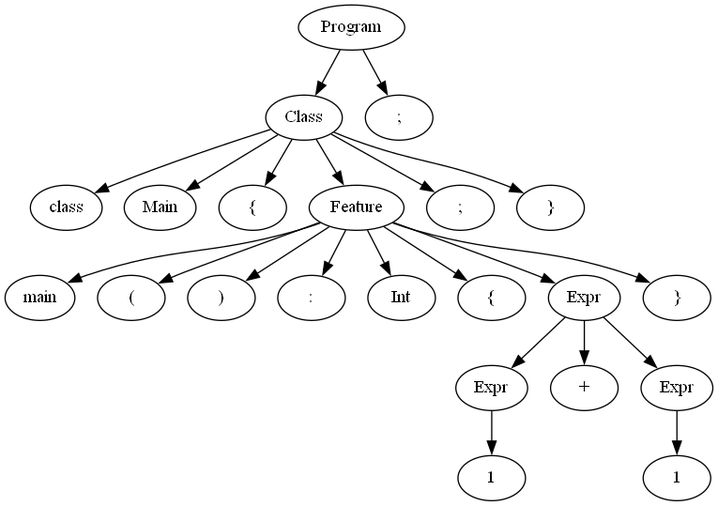
This is output.gv.png from Manuel-Archila/Proyecto0_CC, a Graphviz export, as it was before one commit. Its source is kept beside it as output.gv.
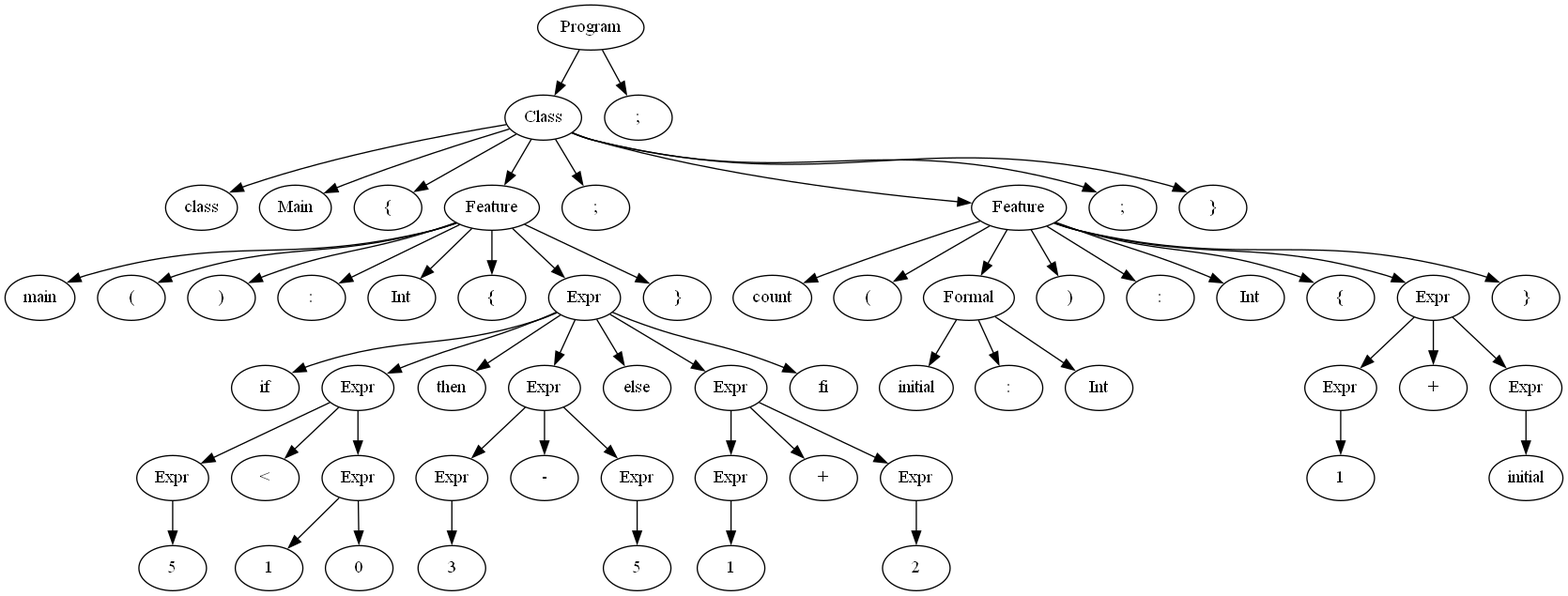
After the change.

Change to the diagram source:
```diff
@@ -25,21 +25,95 @@
 	5 -> 12
 	12 [label=Expr]
 	12 -> 13
-	13 [label=Expr]
-	13 -> 14
-	14 [label=1]
-	12 -> 15
-	15 [label="+"]
-	12 -> 16
-	16 [label=Expr]
-	16 -> 17
-	17 [label=1]
-	5 -> 18
-	18 [label="}"]
-	1 -> 19
-	19 [label=";"]
-	1 -> 20
-	20 [label="}"]
-	0 -> 21
-	21 [label=";"]
+	13 [label=if]
+	12 -> 14
+	14 [label=Expr]
+	14 -> 15
+	15 [label=Expr]
+	15 -> 16
+	16 [label=5]
+	14 -> 17
+	17 [label="<"]
+	14 -> 18
+	18 [label=Expr]
+	18 -> 19
+	19 [label=1]
+	18 -> 20
+	20 [label=0]
+	12 -> 21
+	21 [label=then]
+	12 -> 22
+	22 [label=Expr]
+	22 -> 23
+	23 [label=Expr]
+	23 -> 24
+	24 [label=3]
+	22 -> 25
+	25 [label="-"]
+	22 -> 26
+	26 [label=Expr]
+	26 -> 27
+	27 [label=5]
+	12 -> 28
+	28 [label=else]
+	12 -> 29
+	29 [label=Expr]
+	29 -> 30
+	30 [label=Expr]
+	30 -> 31
+	31 [label=1]
+	29 -> 32
+	32 [label="+"]
+	29 -> 33
+	33 [label=Expr]
+	33 -> 34
+	34 [label=2]
+	12 -> 35
+	35 [label=fi]
+	5 -> 36
+	36 [label="}"]
+	1 -> 37
+	37 [label=";"]
+	1 -> 38
+	38 [label=Feature]
+	38 -> 39
+	39 [label=count]
+	38 -> 40
+	40 [label="("]
+	38 -> 41
+	41 [label=Formal]
+	41 -> 42
+	42 [label=initial]
+	41 -> 43
+	43 [label=":"]
+	41 -> 44
+	44 [label=Int]
+	38 -> 45
+	45 [label=")"]
+	38 -> 46
+	46 [label=":"]
+	38 -> 47
+	47 [label=Int]
+	38 -> 48
+	48 [label="{"]
+	38 -> 49
+	49 [label=Expr]
+	49 -> 50
+	50 [label=Expr]
+	50 -> 51
+	51 [label=1]
+	49 -> 52
+	52 [label="+"]
+	49 -> 53
+	53 [label=Expr]
+	53 -> 54
+	54 [label=initial]
+	38 -> 55
+	55 [label="}"]
+	1 -> 56
+	56 [label=";"]
+	1 -> 57
+	57 [label="}"]
+	0 -> 58
+	58 [label=";"]
 }
```
